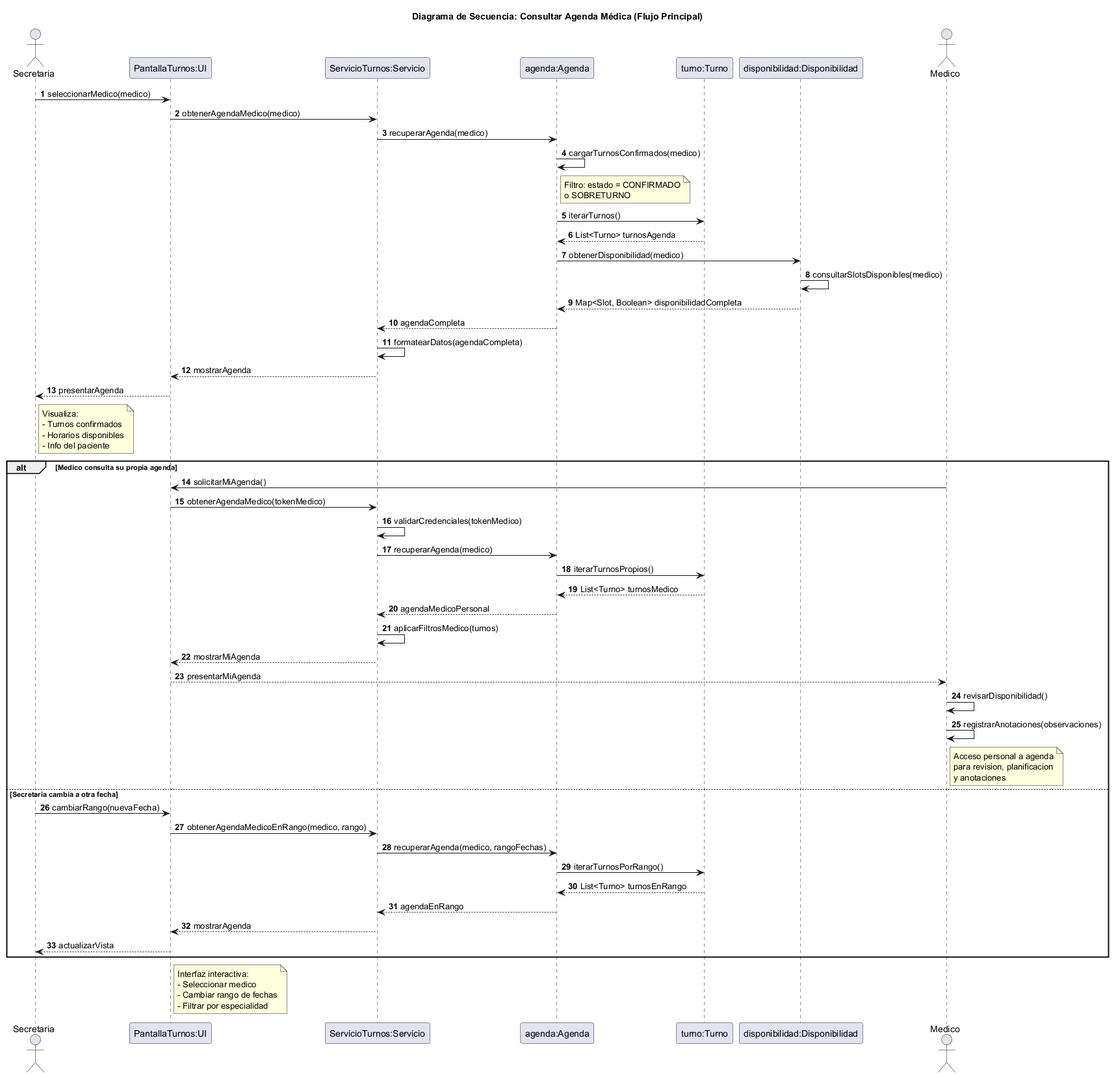
Earlier version of the PlantUML export diagramas/05-diagramas-secuencia/05-secuencia-consultar-agenda-medica-flujo-principal-05.png (Purezaamor/SistemaTurnosMedicos).
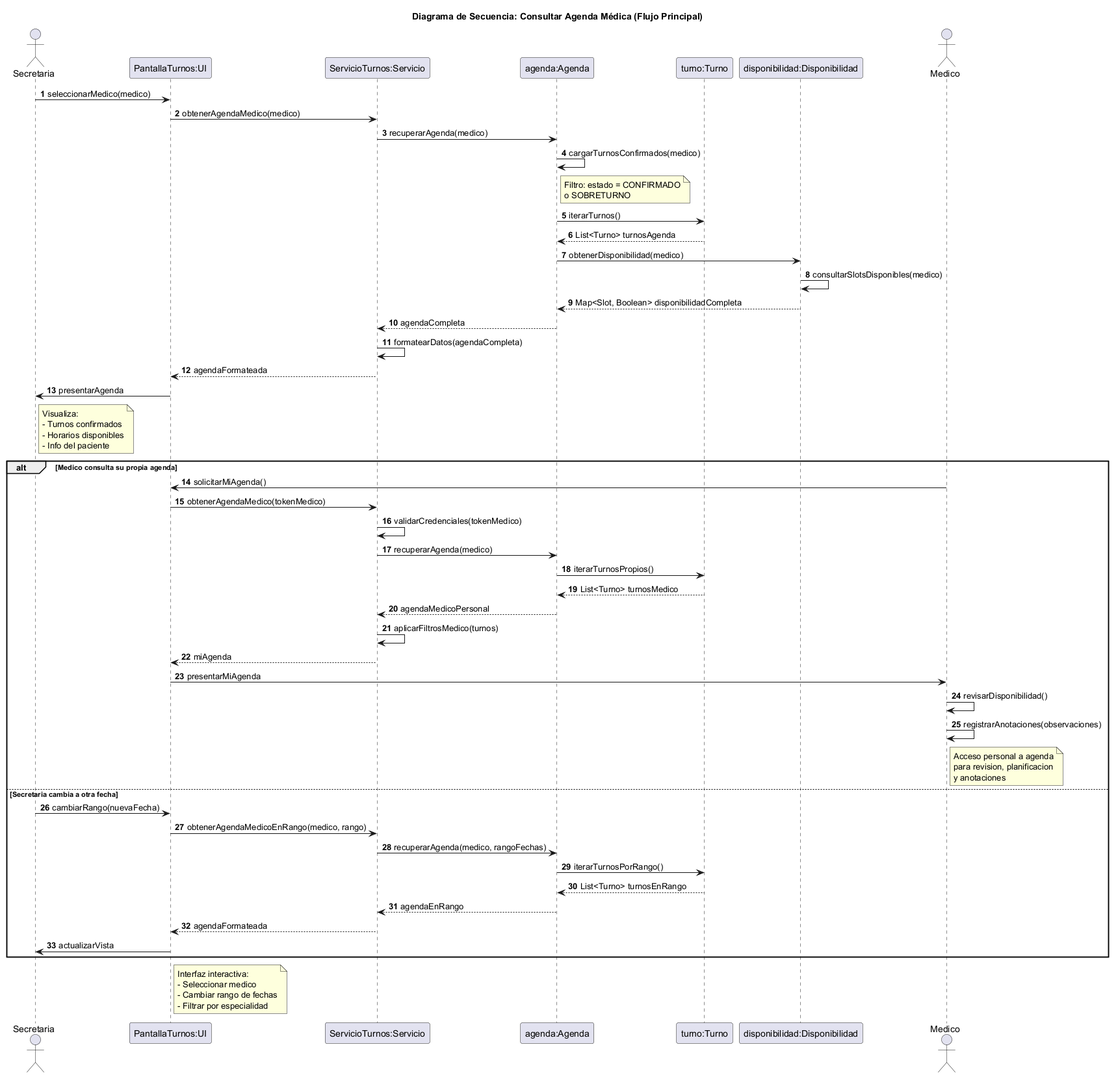
The same diagram one commit later.

Commit message:
Se corrigen archivos diagramas-secuencia

Change to the diagram source:
```diff
@@ -26,8 +26,8 @@
 Disp --> Agenda: Map<Slot, Boolean> disponibilidadCompleta
 Agenda --> Servicio: agendaCompleta
 Servicio -> Servicio: formatearDatos(agendaCompleta)
-Servicio --> UI: mostrarAgenda
-UI --> Secretaria: presentarAgenda
+Servicio --> UI: agendaFormateada
+UI -> Secretaria: presentarAgenda
 note right of Secretaria
   Visualiza:
   - Turnos confirmados
@@ -44,8 +44,8 @@
   Turno --> Agenda: List<Turno> turnosMedico
   Agenda --> Servicio: agendaMedicoPersonal
   Servicio -> Servicio: aplicarFiltrosMedico(turnos)
-  Servicio --> UI: mostrarMiAgenda
-  UI --> Medico: presentarMiAgenda
+  Servicio --> UI: miAgenda
+  UI -> Medico: presentarMiAgenda
   Medico -> Medico: revisarDisponibilidad()
   Medico -> Medico: registrarAnotaciones(observaciones)
 
@@ -61,8 +61,8 @@
   Agenda -> Turno: iterarTurnosPorRango()
   Turno --> Agenda: List<Turno> turnosEnRango
   Agenda --> Servicio: agendaEnRango
-  Servicio --> UI: mostrarAgenda
-  UI --> Secretaria: actualizarVista
+  Servicio --> UI: agendaFormateada
+  UI -> Secretaria: actualizarVista
 end
 
 note right of UI
```
